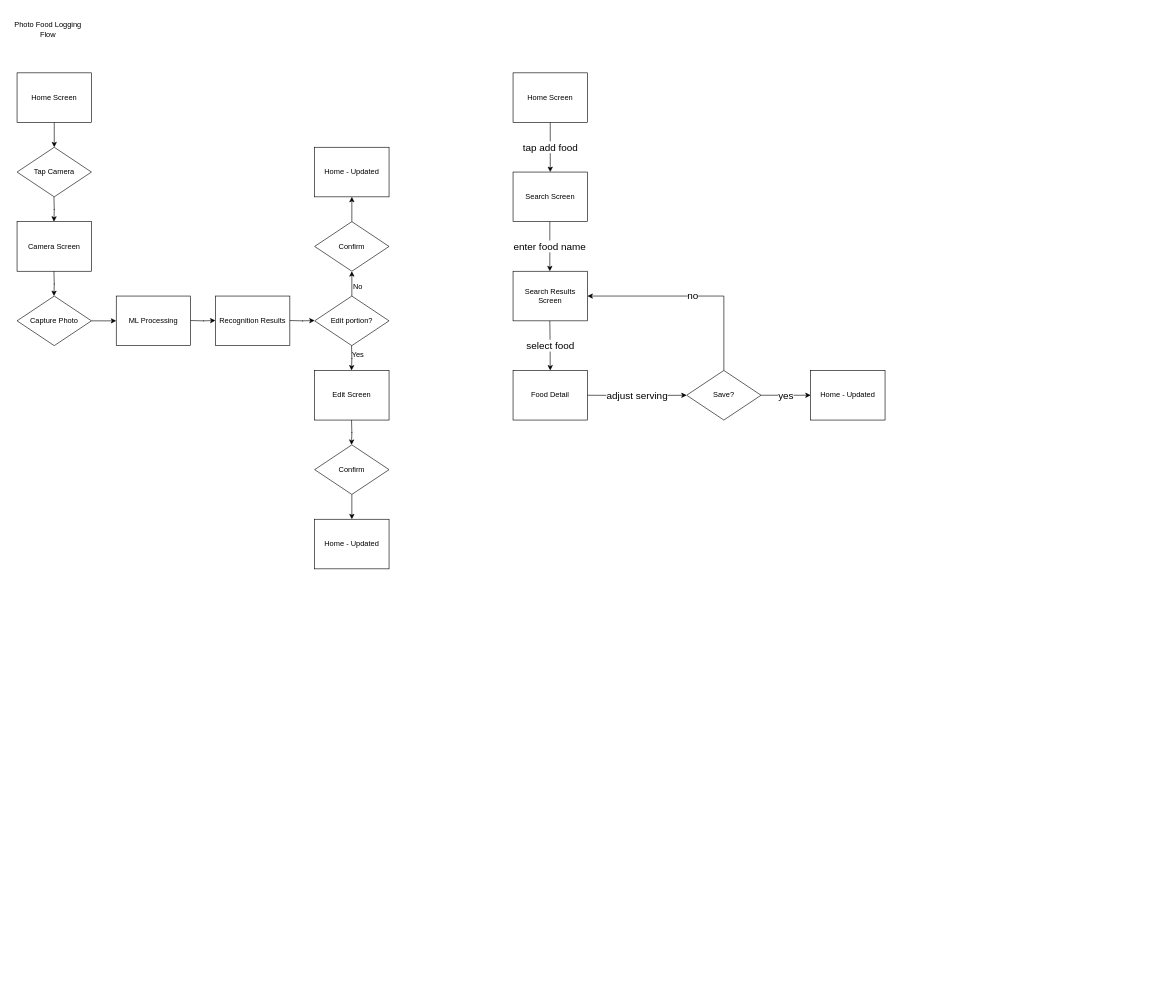
This is project specifications/COSC_4355_Project.drawio from Ephimoon/COSC_4355_Project, a draw.io file, before an edit. Source tidied: cells renumbered, new cells numbered last; positions are measured from the earlier drawing's top-left corner, leaving out a move shared by most shapes. Both pictures are drawn from the tidied source at 62%, with x=0, y=0 at pixel (11, 11).
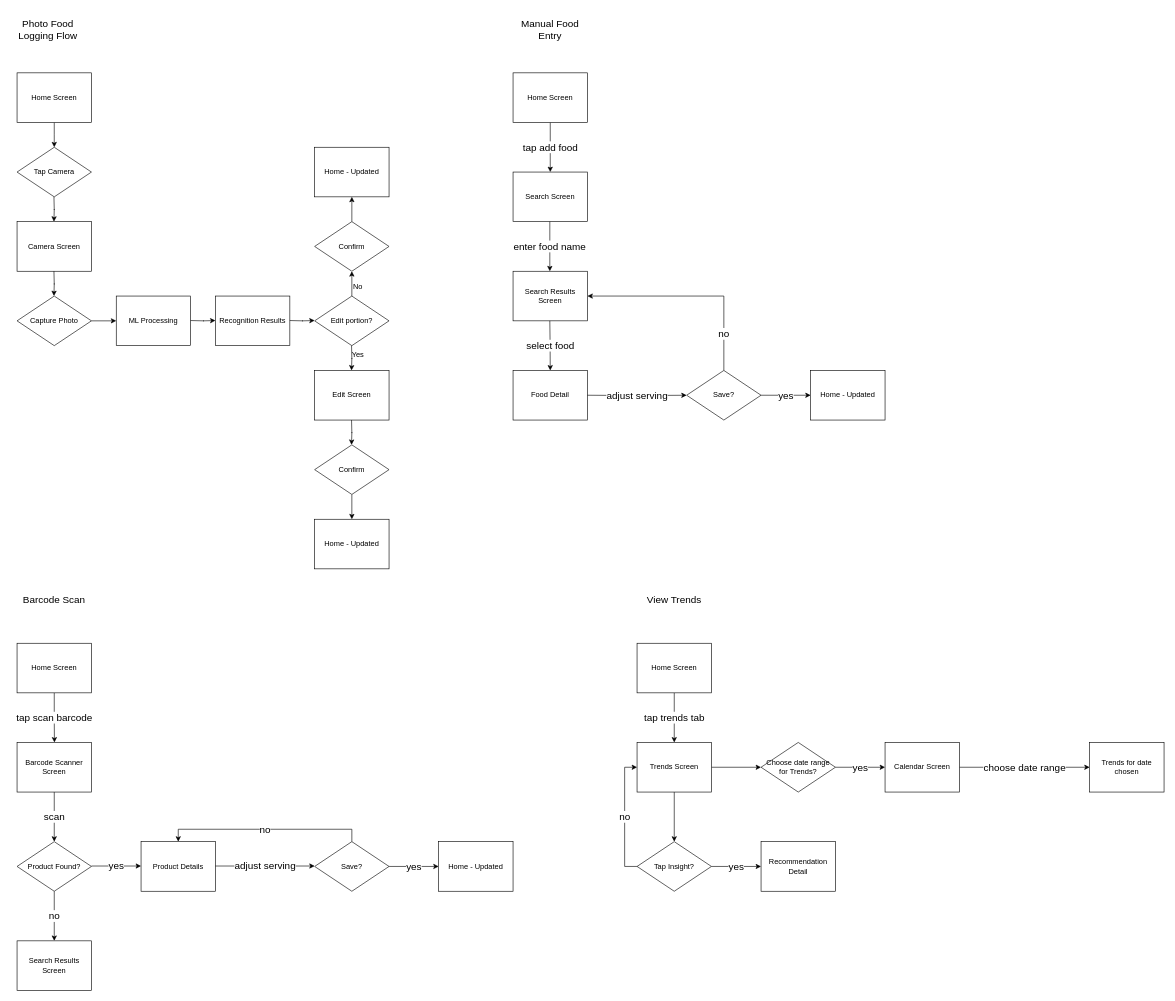
Above is the later version.

The change refers to these unchanged cells:
```xml
<mxCell id="31" value="Search Results Screen" style="rounded=0;whiteSpace=wrap;html=1;" parent="1" vertex="1">
  <mxGeometry x="810" y="420" width="120" height="80" as="geometry" />
</mxCell>
<mxCell id="39" value="Save?" style="rhombus;whiteSpace=wrap;html=1;" parent="1" vertex="1">
  <mxGeometry x="1090" y="580" width="120" height="80" as="geometry" />
</mxCell>
```

The edit, as a diff of the source:
```diff
@@
-    <mxCell id="5" value="Photo Food Logging Flow" style="text;html=1;align=center;verticalAlign=middle;whiteSpace=wrap;rounded=0;" parent="1" vertex="1">
+    <mxCell id="5" value="&lt;font style=&quot;font-size: 16px;&quot;&gt;Photo Food Logging Flow&lt;/font&gt;" style="text;html=1;align=center;verticalAlign=middle;whiteSpace=wrap;rounded=0;" parent="1" vertex="1">
       <mxGeometry width="120" height="60" as="geometry" />
     </mxCell>
@@
     <mxCell id="37" value="&lt;font style=&quot;font-size: 16px;&quot;&gt;no&lt;/font&gt;" style="edgeStyle=orthogonalEdgeStyle;rounded=0;jettySize=auto;html=1;exitX=0.5;exitY=0;exitDx=0;exitDy=0;entryX=1;entryY=0.5;entryDx=0;entryDy=0;" parent="1" edge="1" source="39" target="31">
-      <mxGeometry relative="1" as="geometry" />
+      <mxGeometry x="-0.65" relative="1" as="geometry" />
     </mxCell>
@@
+    <mxCell id="40" value="&lt;font style=&quot;font-size: 16px;&quot;&gt;Manual Food Entry&lt;/font&gt;" style="text;html=1;align=center;verticalAlign=middle;whiteSpace=wrap;rounded=0;" parent="1" vertex="1">
+      <mxGeometry x="810" width="120" height="60" as="geometry" />
+    </mxCell>
+    <mxCell id="41" value="tap scan barcode" style="edgeStyle=orthogonalEdgeStyle;rounded=0;jettySize=auto;html=1;exitX=0.5;exitY=1;exitDx=0;exitDy=0;fontSize=16;" parent="1" edge="1" source="42">
+      <mxGeometry relative="1" as="geometry">
+        <mxPoint x="70.3" y="1180" as="targetPoint" />
+      </mxGeometry>
+    </mxCell>
+    <mxCell id="42" value="Home Screen" style="rounded=0;whiteSpace=wrap;html=1;" parent="1" vertex="1">
+      <mxGeometry x="10" y="1020" width="120" height="80" as="geometry" />
+    </mxCell>
+    <mxCell id="43" value="scan" style="edgeStyle=orthogonalEdgeStyle;rounded=0;jettySize=auto;html=1;exitX=0.5;exitY=1;exitDx=0;exitDy=0;entryX=0.5;entryY=0;entryDx=0;entryDy=0;fontSize=16;" parent="1" edge="1" source="44" target="46">
+      <mxGeometry relative="1" as="geometry" />
+    </mxCell>
+    <mxCell id="44" value="Barcode Scanner Screen" style="rounded=0;whiteSpace=wrap;html=1;" parent="1" vertex="1">
+      <mxGeometry x="10" y="1180" width="120" height="80" as="geometry" />
+    </mxCell>
+    <mxCell id="45" value="no" style="edgeStyle=orthogonalEdgeStyle;rounded=0;jettySize=auto;html=1;exitX=0.5;exitY=1;exitDx=0;exitDy=0;entryX=0.5;entryY=0;entryDx=0;entryDy=0;fontSize=16;" parent="1" edge="1" source="46" target="53">
+      <mxGeometry relative="1" as="geometry" />
+    </mxCell>
+    <mxCell id="46" value="Product Found?" style="rhombus;whiteSpace=wrap;html=1;" parent="1" vertex="1">
+      <mxGeometry x="10" y="1340" width="120" height="80" as="geometry" />
+    </mxCell>
+    <mxCell id="47" value="&lt;font style=&quot;font-size: 16px;&quot;&gt;yes&lt;/font&gt;" style="edgeStyle=orthogonalEdgeStyle;rounded=0;orthogonalLoop=1;jettySize=auto;html=1;exitX=1;exitY=0.5;exitDx=0;exitDy=0;entryX=0;entryY=0.5;entryDx=0;entryDy=0;" parent="1" edge="1">
+      <mxGeometry relative="1" as="geometry">
+        <mxPoint x="130" y="1379.3" as="sourcePoint" />
+        <mxPoint x="210" y="1379.3" as="targetPoint" />
+      </mxGeometry>
+    </mxCell>
+    <mxCell id="48" value="Product Details" style="rounded=0;whiteSpace=wrap;html=1;" parent="1" vertex="1">
+      <mxGeometry x="210" y="1340" width="120" height="80" as="geometry" />
+    </mxCell>
+    <mxCell id="49" value="&lt;font style=&quot;font-size: 16px;&quot;&gt;adjust serving&lt;/font&gt;" style="edgeStyle=orthogonalEdgeStyle;rounded=0;orthogonalLoop=1;jettySize=auto;html=1;entryX=0;entryY=0.5;entryDx=0;entryDy=0;" parent="1" edge="1">
+      <mxGeometry relative="1" as="geometry">
+        <mxPoint x="330" y="1379.3" as="sourcePoint" />
+        <mxPoint x="490" y="1379.3" as="targetPoint" />
+      </mxGeometry>
+    </mxCell>
+    <mxCell id="50" value="yes" style="edgeStyle=orthogonalEdgeStyle;rounded=0;jettySize=auto;html=1;exitX=1;exitY=0.5;exitDx=0;exitDy=0;entryX=0;entryY=0.5;entryDx=0;entryDy=0;fontSize=16;" parent="1" edge="1" source="52" target="54">
+      <mxGeometry relative="1" as="geometry" />
+    </mxCell>
+    <mxCell id="51" value="no" style="edgeStyle=orthogonalEdgeStyle;rounded=0;jettySize=auto;html=1;exitX=0.5;exitY=0;exitDx=0;exitDy=0;entryX=0.5;entryY=0;entryDx=0;entryDy=0;fontSize=16;" parent="1" edge="1" source="52" target="48">
+      <mxGeometry relative="1" as="geometry" />
+    </mxCell>
+    <mxCell id="52" value="Save?" style="rhombus;whiteSpace=wrap;html=1;" parent="1" vertex="1">
+      <mxGeometry x="490" y="1340" width="120" height="80" as="geometry" />
+    </mxCell>
+    <mxCell id="53" value="Search Results Screen" style="rounded=0;whiteSpace=wrap;html=1;" parent="1" vertex="1">
+      <mxGeometry x="10" y="1500" width="120" height="80" as="geometry" />
+    </mxCell>
+    <mxCell id="54" value="Home - Updated" style="rounded=0;whiteSpace=wrap;html=1;" parent="1" vertex="1">
+      <mxGeometry x="690" y="1340" width="120" height="80" as="geometry" />
+    </mxCell>
+    <mxCell id="55" value="&lt;font style=&quot;font-size: 16px;&quot;&gt;Barcode Scan&lt;/font&gt;" style="text;html=1;align=center;verticalAlign=middle;whiteSpace=wrap;rounded=0;" parent="1" vertex="1">
+      <mxGeometry x="10" y="920" width="120" height="60" as="geometry" />
+    </mxCell>
+    <mxCell id="56" value="&lt;font style=&quot;font-size: 16px;&quot;&gt;View Trends&lt;/font&gt;" style="text;html=1;align=center;verticalAlign=middle;whiteSpace=wrap;rounded=0;" parent="1" vertex="1">
+      <mxGeometry x="1010" y="920" width="120" height="60" as="geometry" />
+    </mxCell>
+    <mxCell id="57" value="tap trends tab" style="edgeStyle=orthogonalEdgeStyle;rounded=0;jettySize=auto;html=1;exitX=0.5;exitY=1;exitDx=0;exitDy=0;entryX=0.5;entryY=0;entryDx=0;entryDy=0;fontSize=16;" parent="1" edge="1" source="58" target="61">
+      <mxGeometry relative="1" as="geometry" />
+    </mxCell>
+    <mxCell id="58" value="Home Screen" style="rounded=0;whiteSpace=wrap;html=1;" parent="1" vertex="1">
+      <mxGeometry x="1010" y="1020" width="120" height="80" as="geometry" />
+    </mxCell>
+    <mxCell id="59" style="edgeStyle=orthogonalEdgeStyle;rounded=0;jettySize=auto;html=1;exitX=1;exitY=0.5;exitDx=0;exitDy=0;entryX=0;entryY=0.5;entryDx=0;entryDy=0;" parent="1" edge="1" source="61" target="65">
+      <mxGeometry relative="1" as="geometry" />
+    </mxCell>
+    <mxCell id="60" style="edgeStyle=orthogonalEdgeStyle;rounded=0;jettySize=auto;html=1;exitX=0.5;exitY=1;exitDx=0;exitDy=0;entryX=0.5;entryY=0;entryDx=0;entryDy=0;" parent="1" edge="1" source="61" target="69">
+      <mxGeometry relative="1" as="geometry" />
+    </mxCell>
+    <mxCell id="61" value="Trends Screen" style="rounded=0;whiteSpace=wrap;html=1;" parent="1" vertex="1">
+      <mxGeometry x="1010" y="1180" width="120" height="80" as="geometry" />
+    </mxCell>
+    <mxCell id="62" value="choose date range" style="edgeStyle=orthogonalEdgeStyle;rounded=0;jettySize=auto;html=1;exitX=1;exitY=0.5;exitDx=0;exitDy=0;entryX=0;entryY=0.5;entryDx=0;entryDy=0;fontSize=16;" parent="1" edge="1" source="63" target="66">
+      <mxGeometry relative="1" as="geometry" />
+    </mxCell>
+    <mxCell id="63" value="Calendar Screen" style="rounded=0;whiteSpace=wrap;html=1;" parent="1" vertex="1">
+      <mxGeometry x="1410" y="1180" width="120" height="80" as="geometry" />
+    </mxCell>
+    <mxCell id="64" value="yes" style="edgeStyle=orthogonalEdgeStyle;rounded=0;jettySize=auto;html=1;exitX=1;exitY=0.5;exitDx=0;exitDy=0;entryX=0;entryY=0.5;entryDx=0;entryDy=0;fontSize=16;" parent="1" edge="1" source="65" target="63">
+      <mxGeometry relative="1" as="geometry" />
+    </mxCell>
+    <mxCell id="65" value="Choose date range for Trends?" style="rhombus;whiteSpace=wrap;html=1;" parent="1" vertex="1">
+      <mxGeometry x="1210" y="1180" width="120" height="80" as="geometry" />
+    </mxCell>
+    <mxCell id="66" value="Trends for date chosen" style="rounded=0;whiteSpace=wrap;html=1;" parent="1" vertex="1">
+      <mxGeometry x="1740" y="1180" width="120" height="80" as="geometry" />
+    </mxCell>
+    <mxCell id="67" value="no" style="edgeStyle=orthogonalEdgeStyle;rounded=0;jettySize=auto;html=1;exitX=0;exitY=0.5;exitDx=0;exitDy=0;entryX=0;entryY=0.5;entryDx=0;entryDy=0;fontSize=16;" parent="1" edge="1" source="69" target="61">
+      <mxGeometry relative="1" as="geometry" />
+    </mxCell>
+    <mxCell id="68" value="yes" style="edgeStyle=orthogonalEdgeStyle;rounded=0;jettySize=auto;html=1;exitX=1;exitY=0.5;exitDx=0;exitDy=0;entryX=0;entryY=0.5;entryDx=0;entryDy=0;fontSize=16;" parent="1" edge="1" source="69" target="70">
+      <mxGeometry relative="1" as="geometry" />
+    </mxCell>
+    <mxCell id="69" value="Tap Insight?" style="rhombus;whiteSpace=wrap;html=1;" parent="1" vertex="1">
+      <mxGeometry x="1010" y="1340" width="120" height="80" as="geometry" />
+    </mxCell>
+    <mxCell id="70" value="Recommendation Detail" style="rounded=0;whiteSpace=wrap;html=1;" parent="1" vertex="1">
+      <mxGeometry x="1210" y="1340" width="120" height="80" as="geometry" />
+    </mxCell>
```
